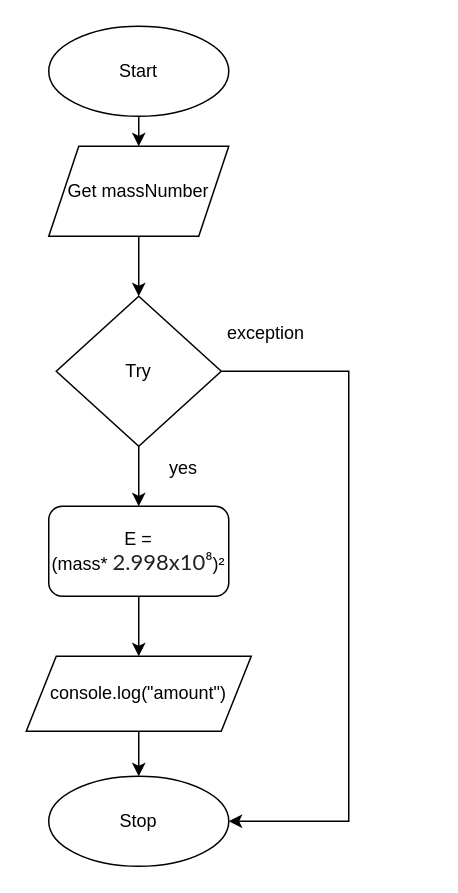
Above: Drawio/Flowchart.drawio in JacksonNaufal/ics4u-unit1-02-typescript (draw.io), before the change. Source tidied: cells renumbered, new cells numbered last; positions are measured from the earlier drawing's top-left corner, leaving out a move shared by most shapes. Both pictures are drawn from the tidied source at 150%, with x=0, y=0 at pixel (26, 26).
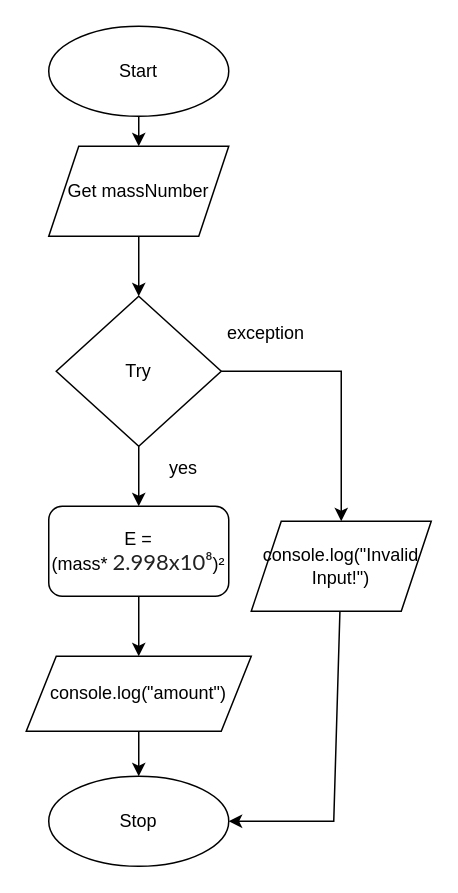
Above is the later version.

Unchanged cells that the change refers to:
```xml
<mxCell id="4" value="Stop" style="ellipse;whiteSpace=wrap;html=1;" parent="1" vertex="1">
  <mxGeometry x="15" y="500" width="120" height="60" as="geometry" />
</mxCell>
<mxCell id="11" value="Try" style="rhombus;whiteSpace=wrap;html=1;" parent="1" vertex="1">
  <mxGeometry x="20" y="180" width="110" height="100" as="geometry" />
</mxCell>
```

Diff of the diagram source:
```diff
@@
-    <mxCell id="10" style="edgeStyle=none;html=1;entryX=1;entryY=0.5;entryDx=0;entryDy=0;rounded=0;" parent="1" edge="1" source="11" target="4">
-      <mxGeometry relative="1" as="geometry">
-        <Array as="points">
-          <mxPoint x="215" y="230" />
-          <mxPoint x="215" y="530" />
-        </Array>
-      </mxGeometry>
-    </mxCell>
+    <mxCell id="16" style="edgeStyle=none;html=1;entryX=0.5;entryY=0;entryDx=0;entryDy=0;rounded=0;" parent="1" edge="1" source="11" target="18">
+      <mxGeometry relative="1" as="geometry">
+        <Array as="points">
+          <mxPoint x="210" y="230" />
+        </Array>
+      </mxGeometry>
+    </mxCell>
@@
+    <mxCell id="17" style="edgeStyle=none;html=1;entryX=1;entryY=0.5;entryDx=0;entryDy=0;rounded=0;" parent="1" edge="1" source="18" target="4">
+      <mxGeometry relative="1" as="geometry">
+        <Array as="points">
+          <mxPoint x="205" y="530" />
+        </Array>
+      </mxGeometry>
+    </mxCell>
+    <mxCell id="18" value="console.log(&quot;Invalid Input!&quot;)" style="shape=parallelogram;perimeter=parallelogramPerimeter;whiteSpace=wrap;html=1;fixedSize=1;" parent="1" vertex="1">
+      <mxGeometry x="150" y="330" width="120" height="60" as="geometry" />
+    </mxCell>
```
